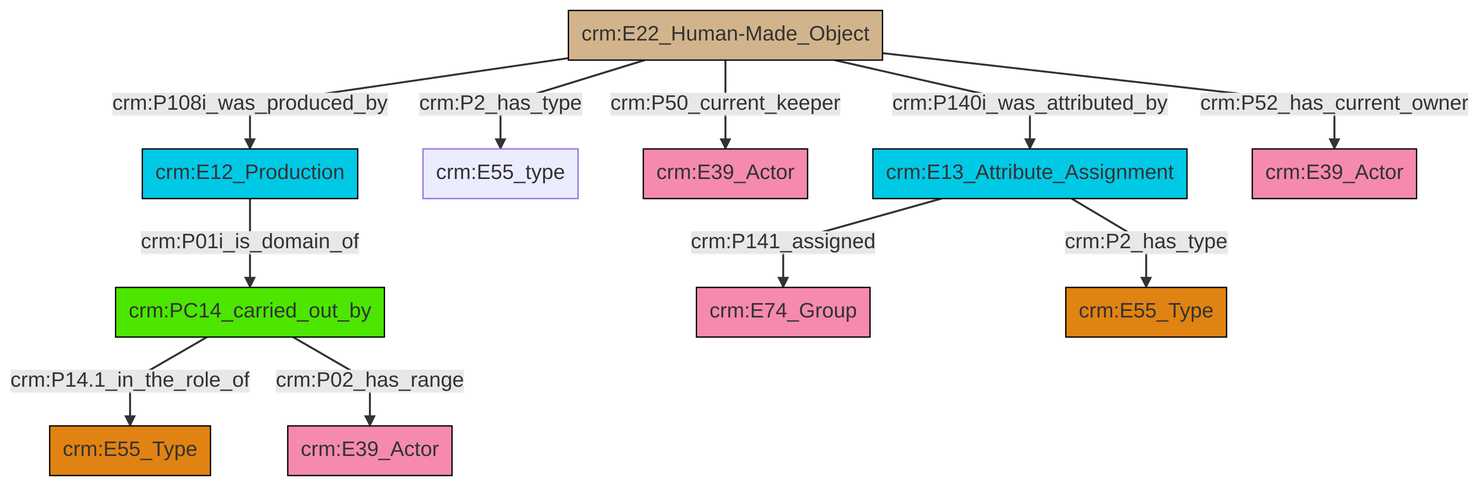
This is et/artworkCSV/ttl/mmd/png/Artwork_Actor_Relations.png from swiss-art-research-net/docs.swissartresearch, a Mermaid export, as it was before one commit. Its source is kept beside it as et/artworkCSV/ttl/mmd/Artwork_Actor_Relations.ttl.mmd.
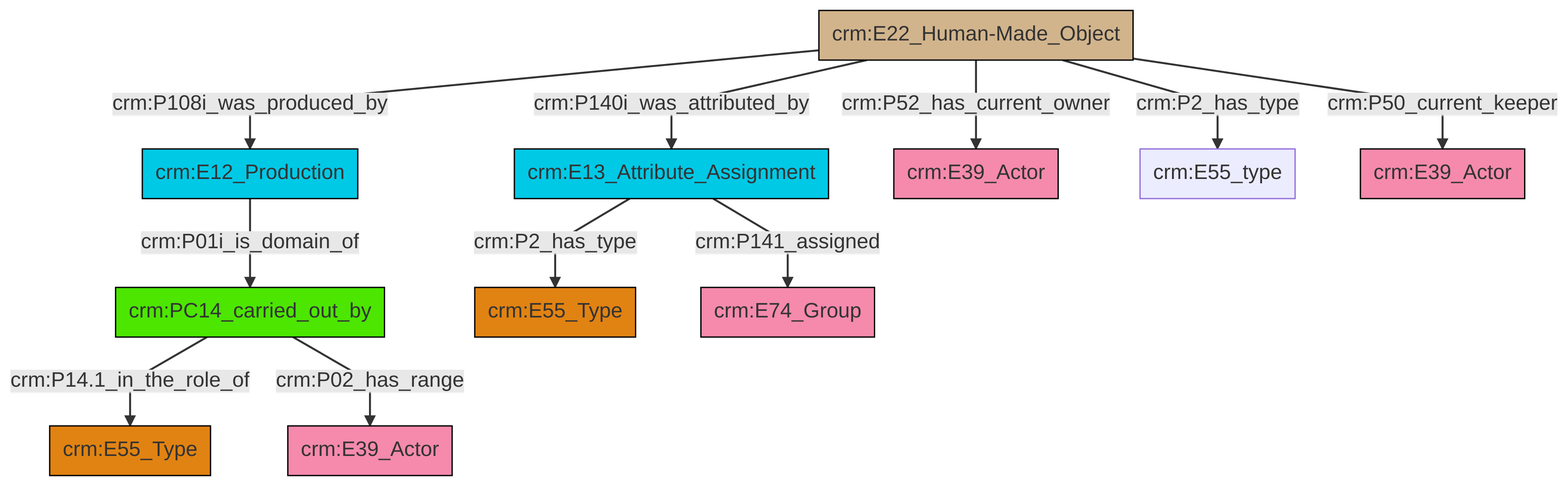
Above is the later version.

What changed in the source:
```diff
@@ -13,13 +13,13 @@
 classDef PC_Classes fill:#4ce600, stroke:#000000;
 classDef Multi fill:#cccccc,stroke:#000000;
 
-2["crm:E22_Human-Made_Object"]:::Physical_Thing -->|crm:P108i_was_produced_by| 3["crm:E12_Production"]:::Temporal_Entity
-8["crm:PC14_carried_out_by"]:::PC_Classes -->|crm:P14.1_in_the_role_of| 6["crm:E55_Type"]:::Type
-4["crm:E13_Attribute_Assignment"]:::Temporal_Entity -->|crm:P141_assigned| 10["crm:E74_Group"]:::Actor
-2["crm:E22_Human-Made_Object"]:::Physical_Thing -->|crm:P2_has_type| 11["crm:E55_type"]:::Default
-4["crm:E13_Attribute_Assignment"]:::Temporal_Entity -->|crm:P2_has_type| 0["crm:E55_Type"]:::Type
-2["crm:E22_Human-Made_Object"]:::Physical_Thing -->|crm:P50_current_keeper| 12["crm:E39_Actor"]:::Actor
-8["crm:PC14_carried_out_by"]:::PC_Classes -->|crm:P02_has_range| 13["crm:E39_Actor"]:::Actor
-2["crm:E22_Human-Made_Object"]:::Physical_Thing -->|crm:P140i_was_attributed_by| 4["crm:E13_Attribute_Assignment"]:::Temporal_Entity
-2["crm:E22_Human-Made_Object"]:::Physical_Thing -->|crm:P52_has_current_owner| 14["crm:E39_Actor"]:::Actor
-3["crm:E12_Production"]:::Temporal_Entity -->|crm:P01i_is_domain_of| 8["crm:PC14_carried_out_by"]:::PC_Classes
+0["crm:PC14_carried_out_by"]:::PC_Classes -->|crm:P14.1_in_the_role_of| 1["crm:E55_Type"]:::Type
+2["crm:E12_Production"]:::Temporal_Entity -->|crm:P01i_is_domain_of| 0["crm:PC14_carried_out_by"]:::PC_Classes
+3["crm:E13_Attribute_Assignment"]:::Temporal_Entity -->|crm:P2_has_type| 4["crm:E55_Type"]:::Type
+0["crm:PC14_carried_out_by"]:::PC_Classes -->|crm:P02_has_range| 8["crm:E39_Actor"]:::Actor
+12["crm:E22_Human-Made_Object"]:::Physical_Thing -->|crm:P140i_was_attributed_by| 3["crm:E13_Attribute_Assignment"]:::Temporal_Entity
+12["crm:E22_Human-Made_Object"]:::Physical_Thing -->|crm:P2_has_type| 13["crm:E55_type"]:::Default
+12["crm:E22_Human-Made_Object"]:::Physical_Thing -->|crm:P52_has_current_owner| 10["crm:E39_Actor"]:::Actor
+3["crm:E13_Attribute_Assignment"]:::Temporal_Entity -->|crm:P141_assigned| 6["crm:E74_Group"]:::Actor
+12["crm:E22_Human-Made_Object"]:::Physical_Thing -->|crm:P108i_was_produced_by| 2["crm:E12_Production"]:::Temporal_Entity
+12["crm:E22_Human-Made_Object"]:::Physical_Thing -->|crm:P50_current_keeper| 15["crm:E39_Actor"]:::Actor
```
